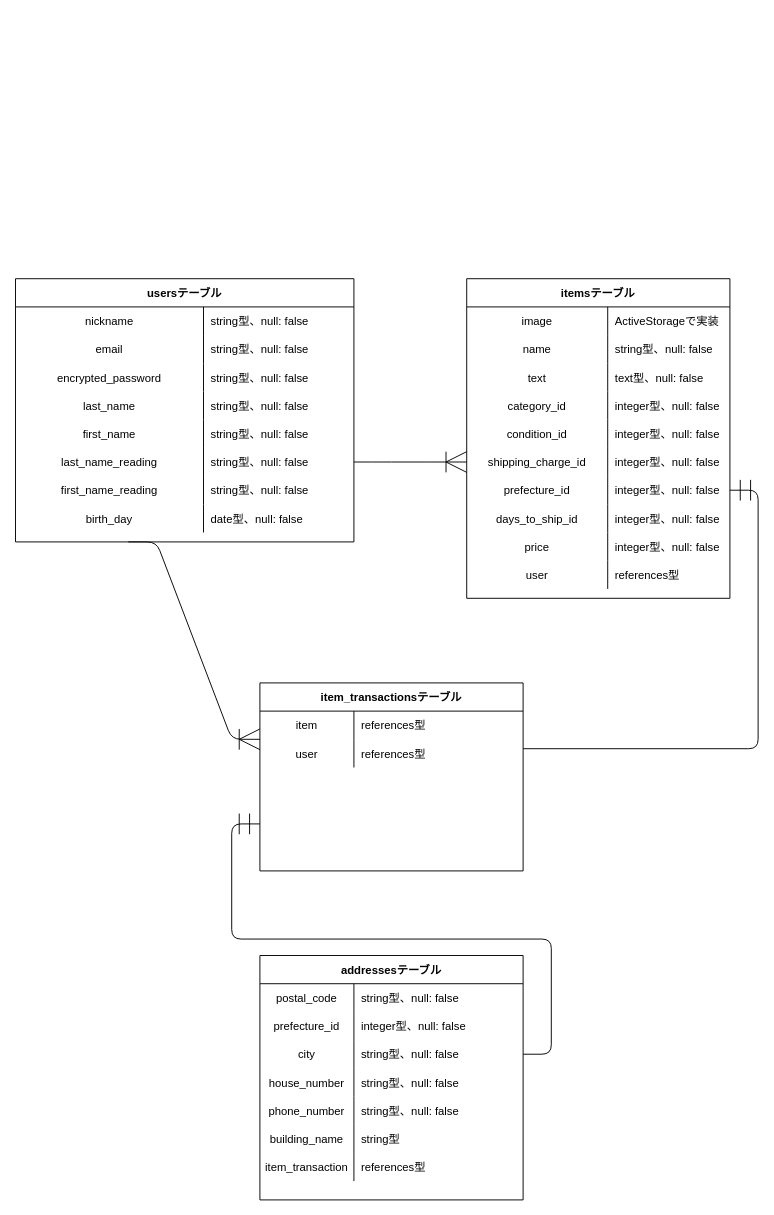
Earlier version of the draw.io diagram er.dio (Trynet123/furima-33963). Source tidied: cells renumbered, new cells numbered last; positions are measured from the earlier drawing's top-left corner, leaving out a move shared by most shapes. Both pictures are drawn from the tidied source at 94%, with x=0, y=0 at pixel (15, 278).
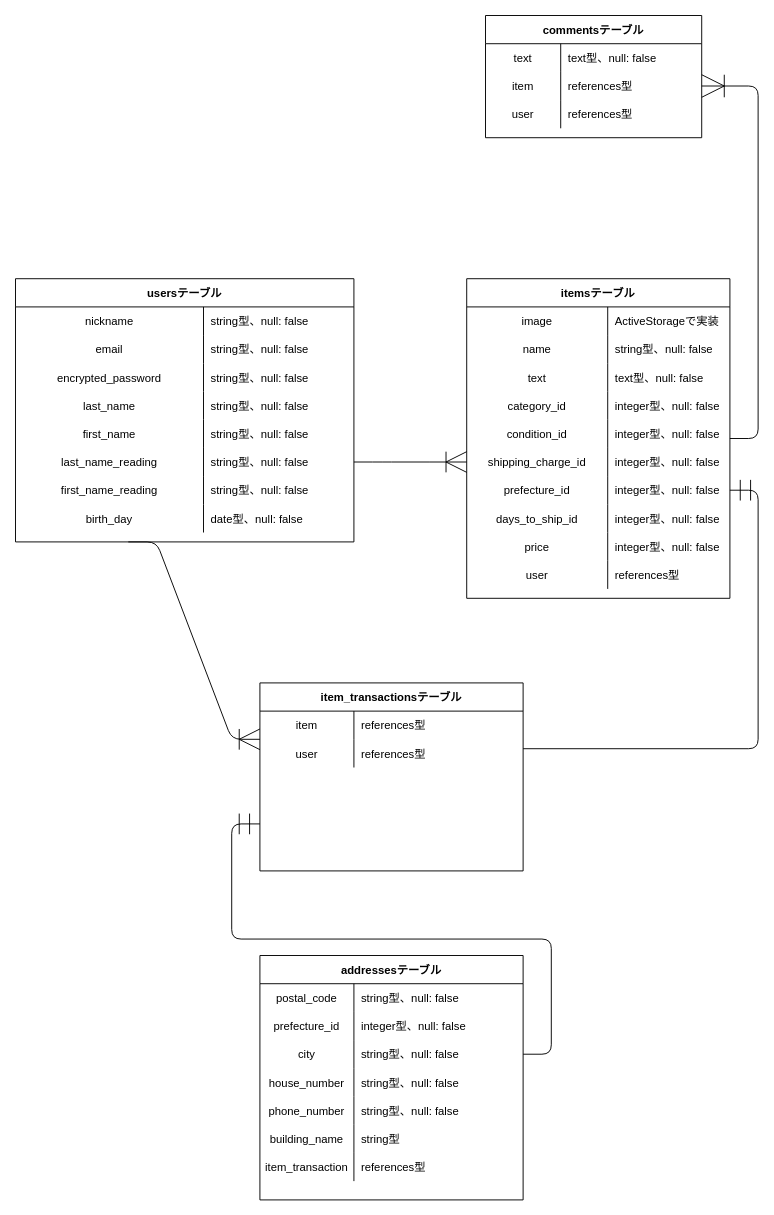
The same diagram, later.

The change refers to these unchanged cells:
```xml
<mxCell id="27" value="itemsテーブル" style="shape=table;startSize=30;childLayout=tableLayout;rowLines=0;fontStyle=1;align=center;" parent="1" vertex="1">
  <mxGeometry x="480" width="280" height="340" as="geometry" />
</mxCell>
```

What changed in the source:
```diff
@@
+    <mxCell id="91" value="commentsテーブル" style="shape=table;startSize=30;childLayout=tableLayout;rowLines=0;fontStyle=1;align=center;" parent="1" vertex="1">
+      <mxGeometry x="500" y="-280" width="230" height="130" as="geometry" />
+    </mxCell>
+    <mxCell id="92" style="shape=partialRectangle;fillColor=none;top=0;left=0;bottom=0;right=0;" parent="91" vertex="1">
+      <mxGeometry y="30" width="230" height="30" as="geometry" />
+    </mxCell>
+    <mxCell id="93" value="text" style="shape=partialRectangle;fillColor=none;top=0;left=0;bottom=0;right=0;overflow=hidden;" parent="92" vertex="1">
+      <mxGeometry width="80" height="30" as="geometry" />
+    </mxCell>
+    <mxCell id="94" value="text型、null: false" style="shape=partialRectangle;fillColor=none;top=0;left=0;bottom=0;right=0;align=left;spacingLeft=6;overflow=hidden;" parent="92" vertex="1">
+      <mxGeometry x="80" width="150" height="30" as="geometry" />
+    </mxCell>
+    <mxCell id="95" style="shape=partialRectangle;fillColor=none;top=0;left=0;bottom=0;right=0;points=[[0,0.5],[1,0.5]];portConstraint=eastwest;" parent="91" vertex="1">
+      <mxGeometry y="60" width="230" height="30" as="geometry" />
+    </mxCell>
+    <mxCell id="96" value="item" style="shape=partialRectangle;fillColor=none;top=0;left=0;bottom=0;right=0;overflow=hidden;" parent="95" vertex="1">
+      <mxGeometry width="80" height="30" as="geometry" />
+    </mxCell>
+    <mxCell id="97" value="references型" style="shape=partialRectangle;fillColor=none;top=0;left=0;bottom=0;right=0;align=left;spacingLeft=6;overflow=hidden;" parent="95" vertex="1">
+      <mxGeometry x="80" width="150" height="30" as="geometry" />
+    </mxCell>
+    <mxCell id="98" style="shape=partialRectangle;fillColor=none;top=0;left=0;bottom=0;right=0;" parent="91" vertex="1">
+      <mxGeometry y="90" width="230" height="30" as="geometry" />
+    </mxCell>
+    <mxCell id="99" value="user" style="shape=partialRectangle;fillColor=none;top=0;left=0;bottom=0;right=0;overflow=hidden;" parent="98" vertex="1">
+      <mxGeometry width="80" height="30" as="geometry" />
+    </mxCell>
+    <mxCell id="100" value="references型" style="shape=partialRectangle;fillColor=none;top=0;left=0;bottom=0;right=0;align=left;spacingLeft=6;overflow=hidden;" parent="98" vertex="1">
+      <mxGeometry x="80" width="150" height="30" as="geometry" />
+    </mxCell>
+    <mxCell id="101" style="edgeStyle=entityRelationEdgeStyle;fontSize=12;html=1;endArrow=ERoneToMany;strokeWidth=1;jumpSize=6;startSize=6;endSize=22;" parent="1" edge="1" source="27" target="95">
+      <mxGeometry relative="1" as="geometry" />
+    </mxCell>
```
